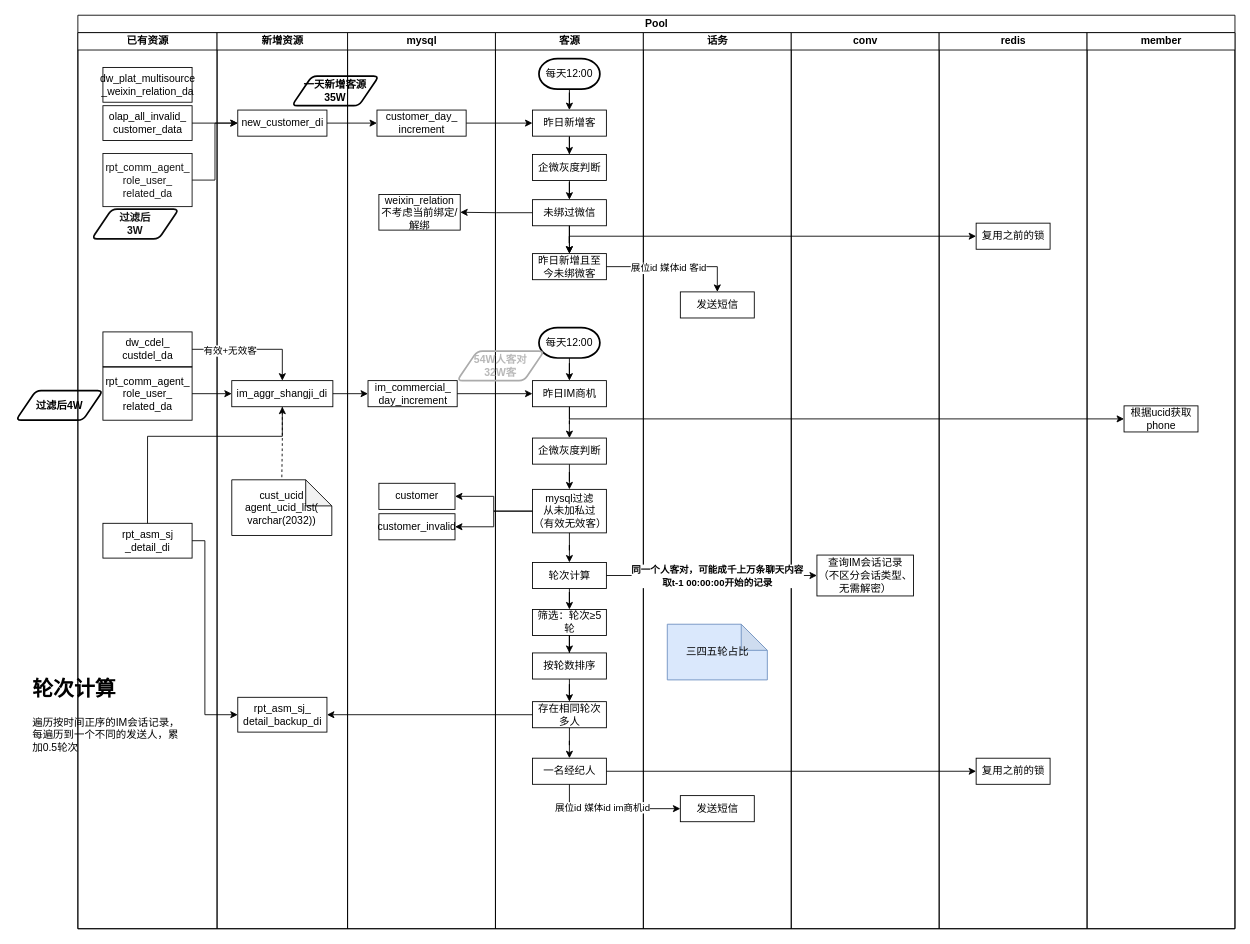
Before: 240716短信场景拓展.drawio in SmellyTrotter/draw.io, a draw.io diagram. Source tidied: cells renumbered, new cells numbered last; positions are measured from the earlier drawing's top-left corner, leaving out a move shared by most shapes. Both pictures are drawn from the tidied source at 87%, with x=0, y=0 at pixel (16, 15).
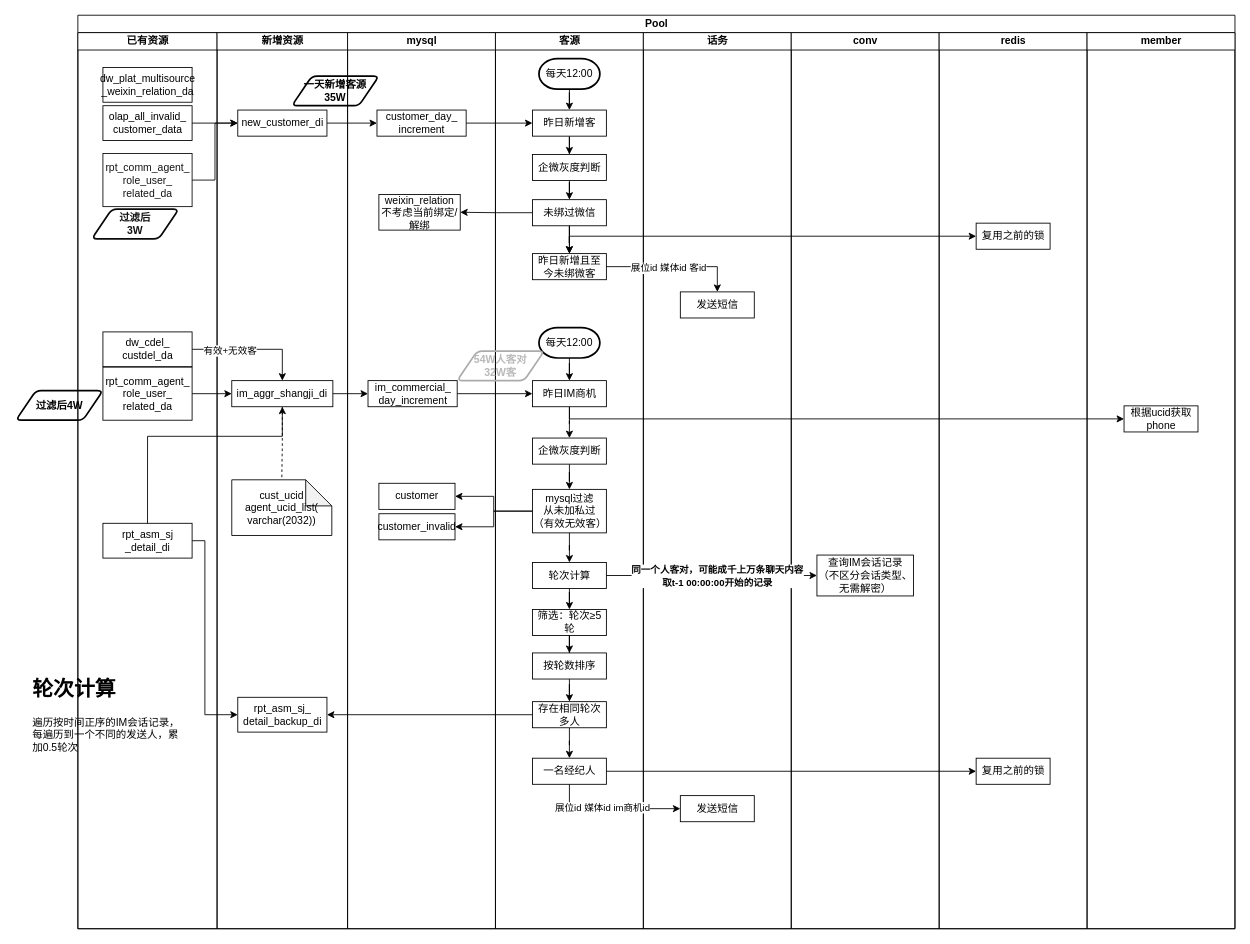
The same diagram, later.

Commit message:
更新240716短信场景拓展.drawio

Unchanged cells that the change refers to:
```xml
<mxCell id="51" value="话务" style="swimlane;startSize=20;html=1;" parent="3" vertex="1">
  <mxGeometry x="650" y="20" width="170" height="1030" as="geometry" />
</mxCell>
```

The edit, as a diff of the source:
```diff
@@
-    <mxCell id="54" value="三四五轮占比" style="shape=note;whiteSpace=wrap;html=1;backgroundOutline=1;darkOpacity=0.05;fillColor=#dae8fc;strokeColor=#6c8ebf;" parent="51" vertex="1">
-      <mxGeometry x="27.5" y="680" width="115" height="64" as="geometry" />
-    </mxCell>
```
